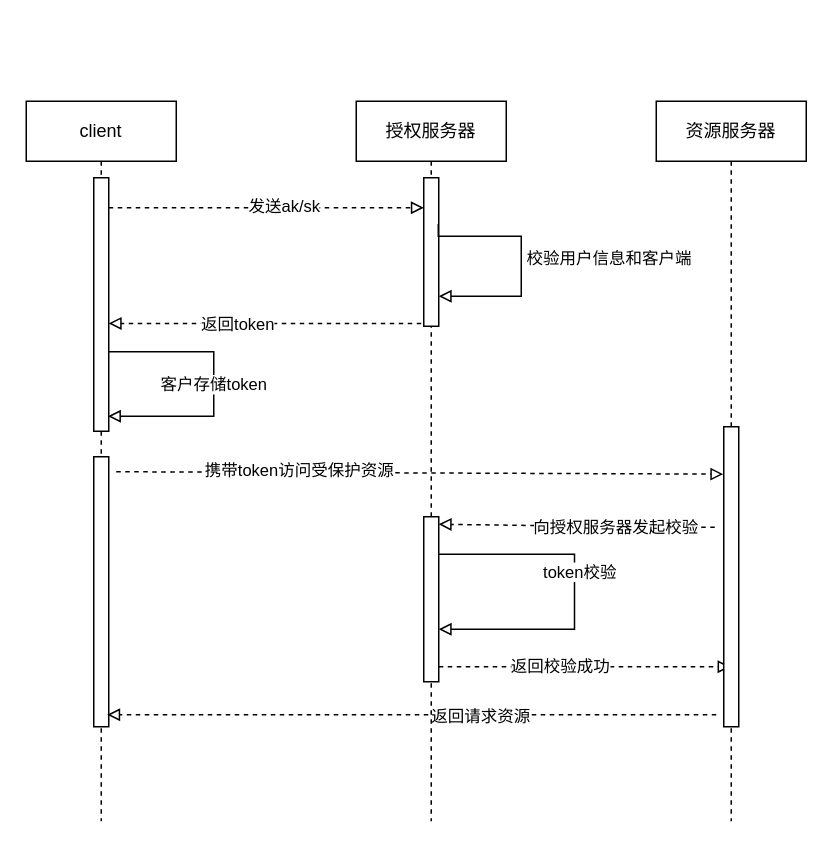
2229499815/draw keeps this draw.io diagram as 开放平台流程图.drawio. Above is the earlier version. Source tidied: cells renumbered, new cells numbered last; positions are measured from the earlier drawing's top-left corner, leaving out a move shared by most shapes. Both pictures are drawn from the tidied source at 150%, with x=0, y=0 at pixel (26, 100).
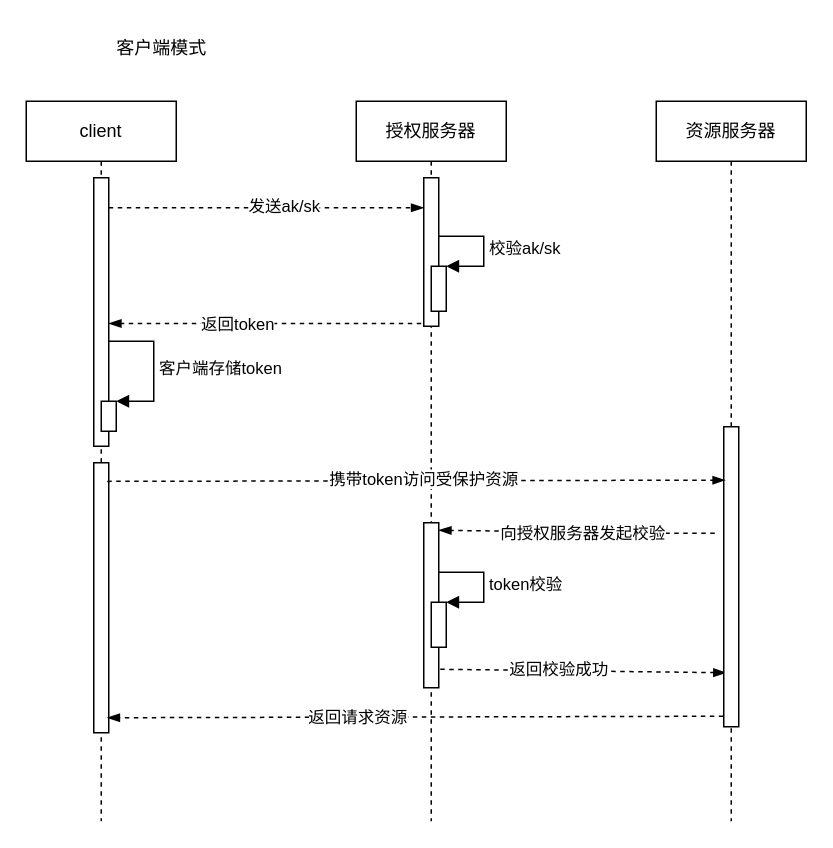
After the change.

Commit message:
更新开放平台流程图.drawio

Unchanged cells that the change refers to:
```xml
<mxCell id="2" value="授权服务器" style="shape=umlLifeline;perimeter=lifelinePerimeter;whiteSpace=wrap;html=1;" parent="1" vertex="1">
  <mxGeometry x="220" width="100" height="480" as="geometry" />
</mxCell>
<mxCell id="3" style="html=1;points=[];perimeter=orthogonalPerimeter;" parent="2" vertex="1">
  <mxGeometry x="45" y="51" width="10" height="99" as="geometry" />
</mxCell>
<mxCell id="11" value="client" style="shape=umlLifeline;perimeter=lifelinePerimeter;whiteSpace=wrap;html=1;" parent="1" vertex="1">
  <mxGeometry width="100" height="480" as="geometry" />
</mxCell>
<mxCell id="21" style="html=1;points=[];perimeter=orthogonalPerimeter;" parent="20" vertex="1">
  <mxGeometry x="45" y="217" width="10" height="200" as="geometry" />
</mxCell>
```

Change to the diagram source:
```diff
@@
-    <mxCell id="4" value="校验用户信息和客户端" style="edgeStyle=orthogonalEdgeStyle;html=1;align=left;spacingLeft=2;endArrow=block;rounded=0;exitX=0.967;exitY=0.311;exitDx=0;exitDy=0;exitPerimeter=0;endFill=0;" parent="2" edge="1" source="3">
-      <mxGeometry relative="1" as="geometry">
-        <mxPoint x="55" y="130" as="targetPoint" />
-        <Array as="points">
-          <mxPoint x="55" y="90" />
-          <mxPoint x="110" y="90" />
-          <mxPoint x="110" y="130" />
-        </Array>
-      </mxGeometry>
-    </mxCell>
-    <mxCell id="5" value="客户存储token" style="endArrow=block;endFill=0;endSize=6;html=1;rounded=0;" parent="2" edge="1" source="12">
-      <mxGeometry relative="1" as="geometry">
-        <mxPoint x="-165.5" y="210" as="targetPoint" />
-        <Array as="points">
-          <mxPoint x="-95" y="167" />
-          <mxPoint x="-95" y="210" />
-        </Array>
-      </mxGeometry>
-    </mxCell>
     <mxCell id="6" style="html=1;points=[];perimeter=orthogonalPerimeter;" parent="2" vertex="1">
-      <mxGeometry x="45" y="277" width="10" height="110" as="geometry" />
+      <mxGeometry x="45" y="281" width="10" height="110" as="geometry" />
     </mxCell>
-    <mxCell id="7" style="endArrow=block;endFill=0;endSize=6;html=1;rounded=0;exitX=1;exitY=0.227;exitDx=0;exitDy=0;exitPerimeter=0;" parent="2" edge="1" source="6">
-      <mxGeometry relative="1" as="geometry">
-        <mxPoint x="55" y="352" as="targetPoint" />
-        <Array as="points">
-          <mxPoint x="145.5" y="302" />
-          <mxPoint x="145.5" y="352" />
-        </Array>
-      </mxGeometry>
-    </mxCell>
-    <mxCell id="8" value="token校验" style="edgeLabel;html=1;align=center;verticalAlign=middle;" parent="7" vertex="1">
-      <mxGeometry x="-0.12" y="3" relative="1" as="geometry" />
-    </mxCell>
-    <mxCell id="9" style="endArrow=block;dashed=1;endFill=0;endSize=6;html=1;rounded=0;" parent="2" edge="1">
+    <mxCell id="9" style="endArrow=blockThin;endFill=1;endSize=6;html=1;rounded=0;exitX=1.1;exitY=0.888;exitDx=0;exitDy=0;exitPerimeter=0;dashed=1;" parent="2" edge="1" source="6">
       <mxGeometry relative="1" as="geometry">
-        <mxPoint x="55" y="377" as="sourcePoint" />
-        <mxPoint x="249.5" y="377" as="targetPoint" />
+        <mxPoint x="246.5" y="381" as="targetPoint" />
       </mxGeometry>
     </mxCell>
@@
+    <mxCell id="26" style="html=1;points=[];perimeter=orthogonalPerimeter;" parent="2" vertex="1">
+      <mxGeometry x="50" y="110" width="10" height="30" as="geometry" />
+    </mxCell>
+    <mxCell id="27" value="校验ak/sk" style="edgeStyle=orthogonalEdgeStyle;html=1;align=left;spacingLeft=2;endArrow=block;rounded=0;entryX=1;entryY=0;endSize=6;" parent="2" edge="1" target="26">
+      <mxGeometry relative="1" as="geometry">
+        <mxPoint x="55" y="90" as="sourcePoint" />
+        <Array as="points">
+          <mxPoint x="85" y="90" />
+        </Array>
+      </mxGeometry>
+    </mxCell>
+    <mxCell id="28" style="html=1;points=[];perimeter=orthogonalPerimeter;" parent="2" vertex="1">
+      <mxGeometry x="50" y="334" width="10" height="30" as="geometry" />
+    </mxCell>
+    <mxCell id="8" value="token校验" style="edgeStyle=orthogonalEdgeStyle;html=1;align=left;spacingLeft=2;endArrow=block;rounded=0;entryX=1;entryY=0;endSize=6;" parent="2" edge="1" target="28">
+      <mxGeometry relative="1" as="geometry">
+        <mxPoint x="55" y="314" as="sourcePoint" />
+        <Array as="points">
+          <mxPoint x="85" y="314" />
+        </Array>
+      </mxGeometry>
+    </mxCell>
@@
     <mxCell id="12" style="html=1;points=[];perimeter=orthogonalPerimeter;" parent="11" vertex="1">
-      <mxGeometry x="45" y="51" width="10" height="169" as="geometry" />
+      <mxGeometry x="45" y="51" width="10" height="179" as="geometry" />
     </mxCell>
     <mxCell id="13" style="html=1;points=[];perimeter=orthogonalPerimeter;" parent="11" vertex="1">
-      <mxGeometry x="45" y="237" width="10" height="180" as="geometry" />
+      <mxGeometry x="45" y="241" width="10" height="180" as="geometry" />
     </mxCell>
-    <mxCell id="14" style="endArrow=block;dashed=1;endFill=0;endSize=6;html=1;rounded=0;entryX=-0.033;entryY=0.158;entryDx=0;entryDy=0;entryPerimeter=0;" parent="11" edge="1" target="21">
-      <mxGeometry relative="1" as="geometry">
-        <mxPoint x="60" y="247" as="sourcePoint" />
-      </mxGeometry>
-    </mxCell>
-    <mxCell id="15" value="携带token访问受保护资源" style="edgeLabel;html=1;align=center;verticalAlign=middle;" parent="14" vertex="1">
-      <mxGeometry x="-0.4" y="2" relative="1" as="geometry" />
-    </mxCell>
+    <mxCell id="29" style="html=1;points=[];perimeter=orthogonalPerimeter;" parent="11" vertex="1">
+      <mxGeometry x="50" y="200" width="10" height="20" as="geometry" />
+    </mxCell>
+    <mxCell id="30" value="客户端存储token" style="edgeStyle=orthogonalEdgeStyle;html=1;align=left;spacingLeft=2;endArrow=block;rounded=0;entryX=1;entryY=0;endSize=6;" parent="11" edge="1" target="29">
+      <mxGeometry relative="1" as="geometry">
+        <mxPoint x="55" y="160" as="sourcePoint" />
+        <Array as="points">
+          <mxPoint x="85" y="160" />
+        </Array>
+      </mxGeometry>
+    </mxCell>
-    <mxCell id="16" style="endArrow=block;dashed=1;endFill=0;endSize=6;html=1;rounded=0;" parent="1" edge="1" source="12" target="3">
+    <mxCell id="16" style="endArrow=blockThin;endFill=1;endSize=6;html=1;rounded=0;dashed=1;" parent="1" edge="1" source="12" target="3">
       <mxGeometry relative="1" as="geometry">
         <Array as="points">
           <mxPoint x="120" y="71" />
         </Array>
       </mxGeometry>
     </mxCell>
@@
-    <mxCell id="18" style="endArrow=block;dashed=1;endFill=0;endSize=6;html=1;rounded=0;exitX=-0.167;exitY=0.981;exitDx=0;exitDy=0;exitPerimeter=0;" parent="1" edge="1" source="3" target="12">
+    <mxCell id="18" style="endArrow=blockThin;endFill=1;endSize=6;html=1;rounded=0;exitX=-0.167;exitY=0.981;exitDx=0;exitDy=0;exitPerimeter=0;dashed=1;" parent="1" edge="1" source="3" target="12">
       <mxGeometry relative="1" as="geometry" />
     </mxCell>
@@
-    <mxCell id="22" style="endArrow=block;dashed=1;endFill=0;endSize=6;html=1;rounded=0;exitX=-0.1;exitY=0.46;exitDx=0;exitDy=0;exitPerimeter=0;" parent="1" edge="1">
+    <mxCell id="22" style="endArrow=blockThin;endFill=1;endSize=6;html=1;rounded=0;exitX=-0.1;exitY=0.46;exitDx=0;exitDy=0;exitPerimeter=0;dashed=1;" parent="1" edge="1">
       <mxGeometry relative="1" as="geometry">
-        <mxPoint x="459" y="284" as="sourcePoint" />
-        <mxPoint x="275" y="282" as="targetPoint" />
+        <mxPoint x="459" y="288" as="sourcePoint" />
+        <mxPoint x="275" y="286" as="targetPoint" />
         <Array as="points">
-          <mxPoint x="425" y="284" />
+          <mxPoint x="425" y="288" />
         </Array>
       </mxGeometry>
     </mxCell>
     <mxCell id="23" value="向授权服务器发起校验" style="edgeLabel;html=1;align=center;verticalAlign=middle;" parent="22" vertex="1">
-      <mxGeometry x="-0.27" relative="1" as="geometry" />
+      <mxGeometry x="-0.27" relative="1" as="geometry">
+        <mxPoint x="-22" as="offset" />
+      </mxGeometry>
     </mxCell>
-    <mxCell id="24" style="endArrow=block;dashed=1;endFill=0;endSize=6;html=1;rounded=0;exitX=0.1;exitY=0.96;exitDx=0;exitDy=0;exitPerimeter=0;" parent="1" edge="1">
+    <mxCell id="24" style="endArrow=blockThin;endFill=1;endSize=6;html=1;rounded=0;exitX=-0.033;exitY=0.955;exitDx=0;exitDy=0;exitPerimeter=0;dashed=1;" parent="1" edge="1">
       <mxGeometry relative="1" as="geometry">
-        <mxPoint x="460" y="409" as="sourcePoint" />
-        <mxPoint x="54" y="409" as="targetPoint" />
+        <mxPoint x="464.7" y="410" as="sourcePoint" />
+        <mxPoint x="54" y="411" as="targetPoint" />
       </mxGeometry>
     </mxCell>
     <mxCell id="25" value="返回请求资源" style="edgeLabel;html=1;align=center;verticalAlign=middle;" parent="24" vertex="1">
-      <mxGeometry x="-0.22" relative="1" as="geometry" />
+      <mxGeometry x="-0.22" relative="1" as="geometry">
+        <mxPoint x="-84" as="offset" />
+      </mxGeometry>
     </mxCell>
+    <mxCell id="31" value="客户端模式" style="text;html=1;align=center;verticalAlign=middle;strokeColor=none;fillColor=none;" parent="1" vertex="1">
+      <mxGeometry x="50" y="-50" width="80" height="30" as="geometry" />
+    </mxCell>
+    <mxCell id="14" style="endArrow=blockThin;endFill=1;endSize=6;html=1;rounded=0;entryX=0.5;entryY=0.158;entryDx=0;entryDy=0;entryPerimeter=0;exitX=0.9;exitY=0.069;exitDx=0;exitDy=0;exitPerimeter=0;dashed=1;" parent="1" edge="1" source="13">
+      <mxGeometry relative="1" as="geometry">
+        <mxPoint x="466" y="252.6" as="targetPoint" />
+      </mxGeometry>
+    </mxCell>
+    <mxCell id="15" value="携带token访问受保护资源" style="edgeLabel;html=1;align=center;verticalAlign=middle;" parent="14" vertex="1">
+      <mxGeometry x="-0.4" y="2" relative="1" as="geometry">
+        <mxPoint x="87" as="offset" />
+      </mxGeometry>
+    </mxCell>
```
